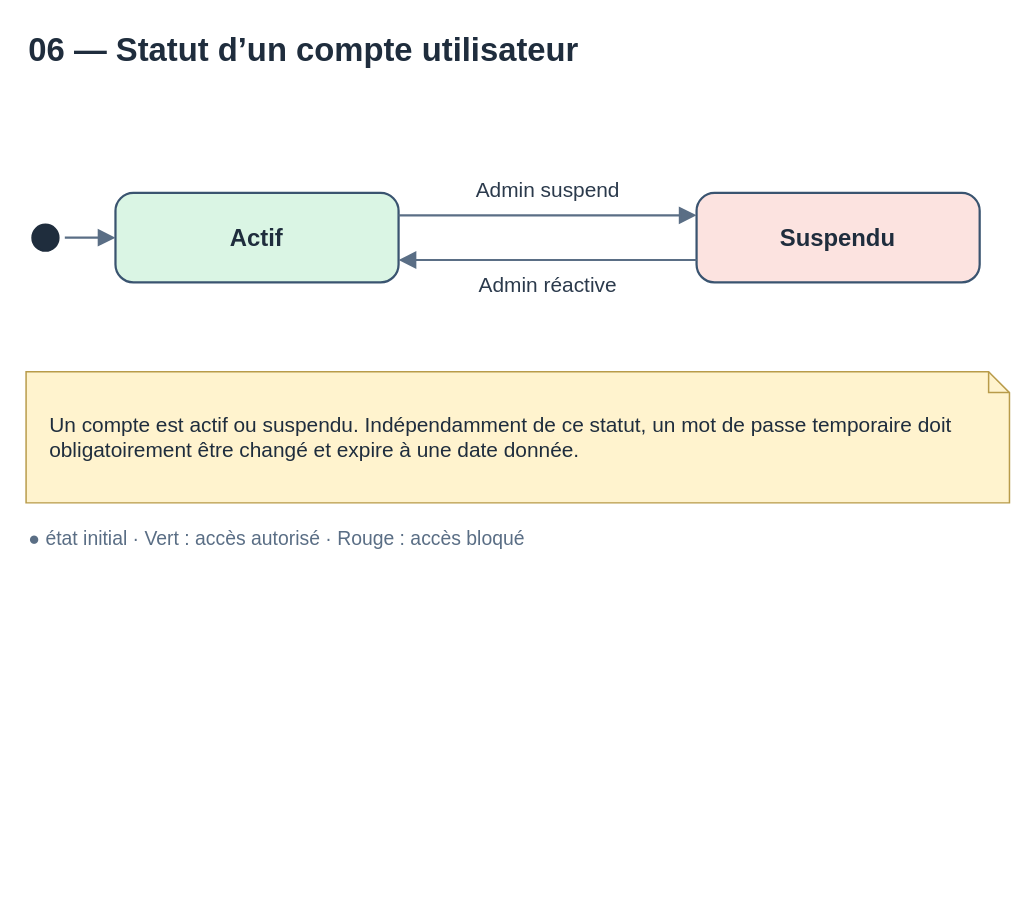
Earlier version of the draw.io diagram page "06 Comptes" (6 of 6) of docs/conception/CO-02-cycles-status.drawio.xml (Onizuka-05/innov-events-manager). Source tidied: cells renumbered, new cells numbered last; positions are measured from the earlier drawing's top-left corner, leaving out a move shared by most shapes. Both pictures are drawn from the tidied source at 149%, with x=0, y=0 at pixel (25, 25).
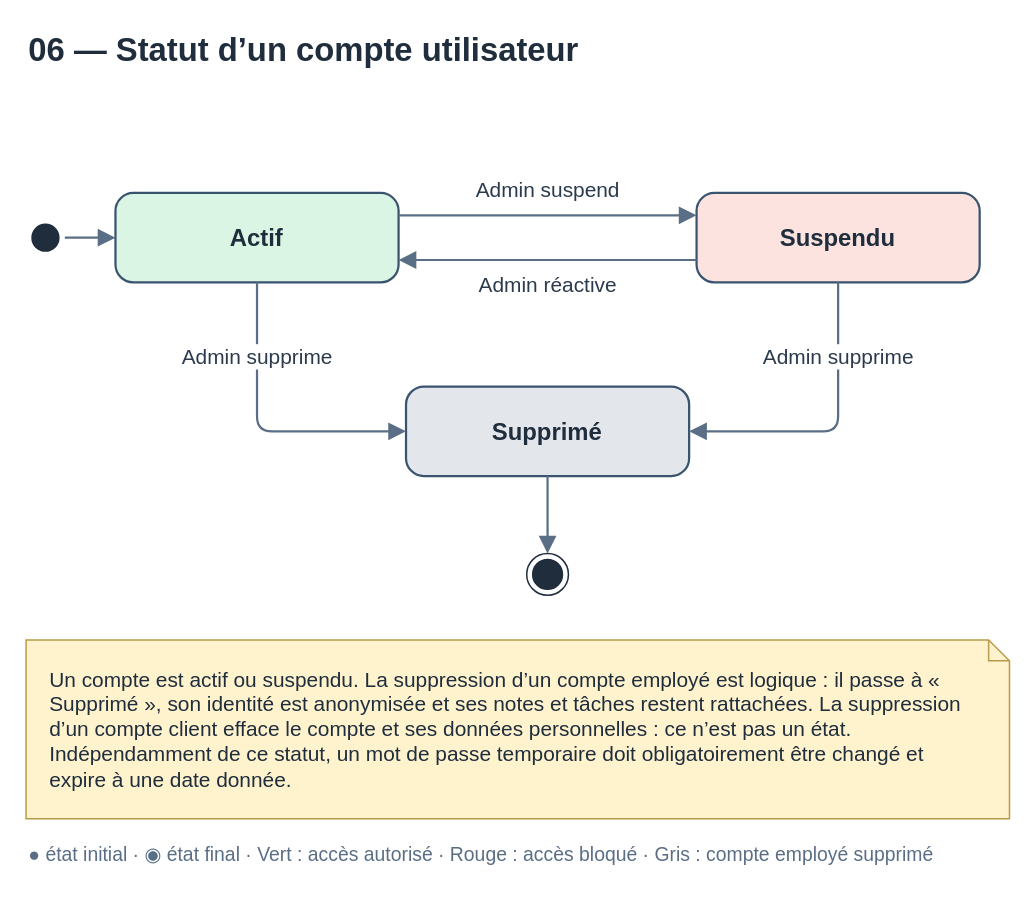
After the change.

The edit, as a diff of the source:
```diff
@@
 <mxGraphModel>
   <root>
     <mxCell id="0" />
     <mxCell id="1" parent="0" />
     <mxCell id="2" value="06 — Statut d’un compte utilisateur" style="text;html=1;fontSize=22;fontStyle=1;fontColor=#1F2D3D;align=left;verticalAlign=middle;" parent="1" vertex="1">
       <mxGeometry width="660" height="34" as="geometry" />
     </mxCell>
     <mxCell id="3" style="ellipse;html=1;shape=startState;fillColor=#1F2D3D;strokeColor=#1F2D3D;" parent="1" vertex="1">
       <mxGeometry y="129" width="26" height="26" as="geometry" />
     </mxCell>
     <mxCell id="4" value="Actif" style="rounded=1;whiteSpace=wrap;html=1;arcSize=20;strokeColor=#3A5470;strokeWidth=1.5;fontSize=16;fontStyle=1;fontColor=#1F2D3D;align=center;verticalAlign=middle;spacing=8;fillColor=#DAF5E4;" parent="1" vertex="1">
       <mxGeometry x="60" y="112" width="190" height="60" as="geometry" />
     </mxCell>
     <mxCell id="5" value="Suspendu" style="rounded=1;whiteSpace=wrap;html=1;arcSize=20;strokeColor=#3A5470;strokeWidth=1.5;fontSize=16;fontStyle=1;fontColor=#1F2D3D;align=center;verticalAlign=middle;spacing=8;fillColor=#FCE3E0;" parent="1" vertex="1">
       <mxGeometry x="450" y="112" width="190" height="60" as="geometry" />
     </mxCell>
     <mxCell id="6" style="edgeStyle=orthogonalEdgeStyle;rounded=1;jettySize=auto;html=1;strokeColor=#5A6E85;strokeWidth=1.5;endArrow=block;endFill=1;endSize=8;fontSize=14;fontColor=#2B3A4C;labelBackgroundColor=#FFFFFF;exitX=1;exitY=0.5;exitDx=0;exitDy=0;entryX=0;entryY=0.5;entryDx=0;entryDy=0;" parent="1" edge="1" source="3" target="4">
       <mxGeometry relative="1" as="geometry" />
     </mxCell>
     <mxCell id="7" value="Admin suspend" style="edgeStyle=orthogonalEdgeStyle;rounded=1;jettySize=auto;html=1;strokeColor=#5A6E85;strokeWidth=1.5;endArrow=block;endFill=1;endSize=8;fontSize=14;fontColor=#2B3A4C;labelBackgroundColor=#FFFFFF;exitX=1;exitY=0.25;exitDx=0;exitDy=0;entryX=0;entryY=0.25;entryDx=0;entryDy=0;" parent="1" edge="1" source="4" target="5">
       <mxGeometry relative="1" as="geometry">
         <mxPoint y="-17" as="offset" />
       </mxGeometry>
     </mxCell>
     <mxCell id="8" value="Admin réactive" style="edgeStyle=orthogonalEdgeStyle;rounded=1;jettySize=auto;html=1;strokeColor=#5A6E85;strokeWidth=1.5;endArrow=block;endFill=1;endSize=8;fontSize=14;fontColor=#2B3A4C;labelBackgroundColor=#FFFFFF;exitX=0;exitY=0.75;exitDx=0;exitDy=0;entryX=1;entryY=0.75;entryDx=0;entryDy=0;" parent="1" edge="1" source="5" target="4">
       <mxGeometry relative="1" as="geometry">
         <mxPoint y="17" as="offset" />
       </mxGeometry>
     </mxCell>
-    <mxCell id="9" value="Un compte est actif ou suspendu. Indépendamment de ce statut, un mot de passe temporaire doit obligatoirement être changé et expire à une date donnée." style="shape=note;whiteSpace=wrap;html=1;backgroundOutline=1;size=14;fillColor=#FFF3CE;strokeColor=#B89B4A;fontSize=14;fontColor=#1F2D3D;align=left;verticalAlign=middle;spacingLeft=14;spacingRight=20;" parent="1" vertex="1">
-      <mxGeometry y="232" width="660" height="88" as="geometry" />
-    </mxCell>
-    <mxCell id="10" value="● état initial · Vert : accès autorisé · Rouge : accès bloqué" style="text;html=1;fontSize=13;fontColor=#5A6E85;align=left;verticalAlign=middle;whiteSpace=wrap;" parent="1" vertex="1">
-      <mxGeometry y="332" width="660" height="24" as="geometry" />
-    </mxCell>
+    <mxCell id="11" value="Un compte est actif ou suspendu. La suppression d’un compte employé est logique : il passe à « Supprimé », son identité est anonymisée et ses notes et tâches restent rattachées. La suppression d’un compte client efface le compte et ses données personnelles : ce n’est pas un état. Indépendamment de ce statut, un mot de passe temporaire doit obligatoirement être changé et expire à une date donnée." style="shape=note;whiteSpace=wrap;html=1;backgroundOutline=1;size=14;fillColor=#FFF3CE;strokeColor=#B89B4A;fontSize=14;fontColor=#1F2D3D;align=left;verticalAlign=middle;spacingLeft=14;spacingRight=20;" parent="1" vertex="1">
+      <mxGeometry y="412" width="660" height="120" as="geometry" />
+    </mxCell>
+    <mxCell id="12" value="● état initial · ◉ état final · Vert : accès autorisé · Rouge : accès bloqué · Gris : compte employé supprimé" style="text;html=1;fontSize=13;fontColor=#5A6E85;align=left;verticalAlign=middle;whiteSpace=wrap;" parent="1" vertex="1">
+      <mxGeometry y="544" width="660" height="24" as="geometry" />
+    </mxCell>
+    <mxCell id="13" value="Supprimé" style="rounded=1;whiteSpace=wrap;html=1;arcSize=20;strokeColor=#3A5470;strokeWidth=1.5;fontSize=16;fontStyle=1;fontColor=#1F2D3D;align=center;verticalAlign=middle;spacing=8;fillColor=#E3E7EC;" parent="1" vertex="1">
+      <mxGeometry x="255" y="242" width="190" height="60" as="geometry" />
+    </mxCell>
+    <mxCell id="14" style="ellipse;html=1;shape=endState;fillColor=#1F2D3D;strokeColor=#1F2D3D;" parent="1" vertex="1">
+      <mxGeometry x="336" y="354" width="28" height="28" as="geometry" />
+    </mxCell>
+    <mxCell id="15" value="Admin supprime" style="edgeStyle=orthogonalEdgeStyle;rounded=1;jettySize=auto;html=1;strokeColor=#5A6E85;strokeWidth=1.5;endArrow=block;endFill=1;endSize=8;fontSize=14;fontColor=#2B3A4C;labelBackgroundColor=#FFFFFF;exitX=0.5;exitY=1;exitDx=0;exitDy=0;entryX=0;entryY=0.5;entryDx=0;entryDy=0;" parent="1" edge="1" source="4" target="13">
+      <mxGeometry x="-0.5" relative="1" as="geometry" />
+    </mxCell>
+    <mxCell id="16" value="Admin supprime" style="edgeStyle=orthogonalEdgeStyle;rounded=1;jettySize=auto;html=1;strokeColor=#5A6E85;strokeWidth=1.5;endArrow=block;endFill=1;endSize=8;fontSize=14;fontColor=#2B3A4C;labelBackgroundColor=#FFFFFF;exitX=0.5;exitY=1;exitDx=0;exitDy=0;entryX=1;entryY=0.5;entryDx=0;entryDy=0;" parent="1" edge="1" source="5" target="13">
+      <mxGeometry x="-0.5" relative="1" as="geometry" />
+    </mxCell>
+    <mxCell id="17" style="edgeStyle=orthogonalEdgeStyle;rounded=1;jettySize=auto;html=1;strokeColor=#5A6E85;strokeWidth=1.5;endArrow=block;endFill=1;endSize=8;fontSize=14;fontColor=#2B3A4C;labelBackgroundColor=#FFFFFF;exitX=0.5;exitY=1;exitDx=0;exitDy=0;entryX=0.5;entryY=0;entryDx=0;entryDy=0;" parent="1" edge="1" source="13" target="14">
+      <mxGeometry relative="1" as="geometry" />
+    </mxCell>
   </root>
 </mxGraphModel>
```
